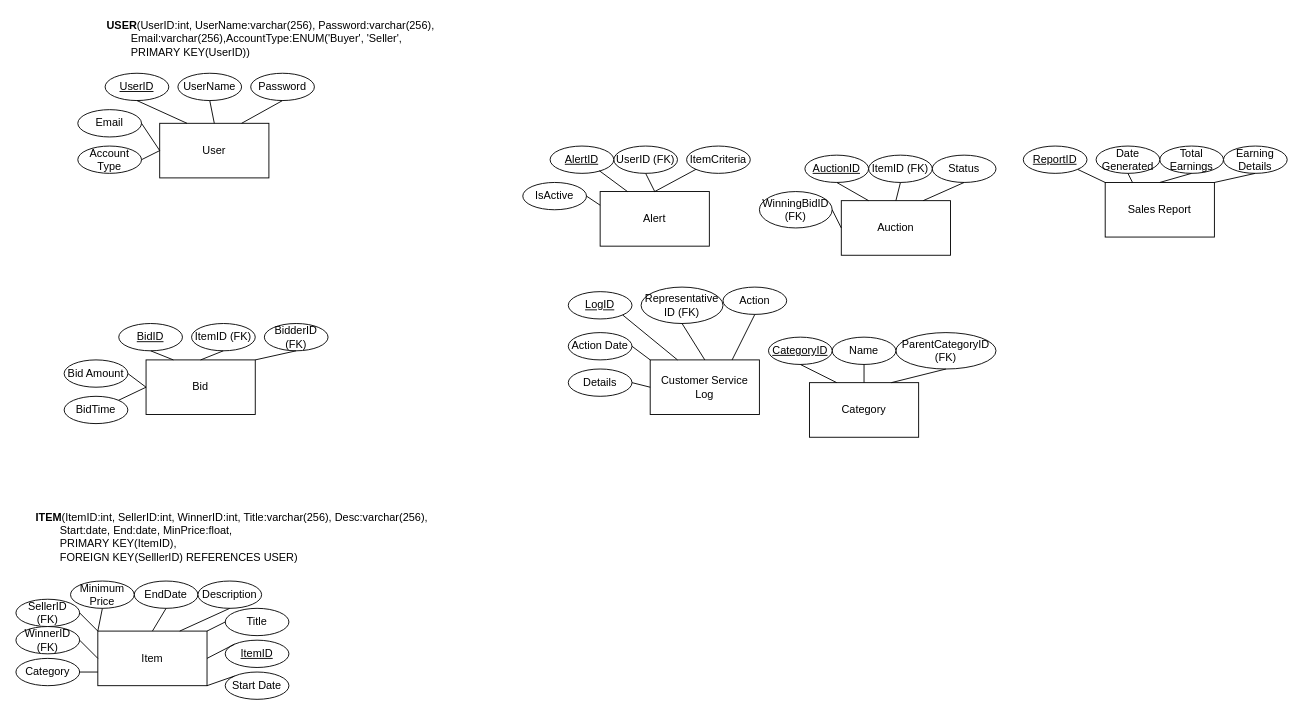
Before: Project1ER.drawio in Swoopi/PrinInfo, a draw.io diagram. Source tidied: cells renumbered, new cells numbered last; positions are measured from the earlier drawing's top-left corner, leaving out a move shared by most shapes. Both pictures are drawn from the tidied source at 91%, with x=0, y=0 at pixel (15, 15).
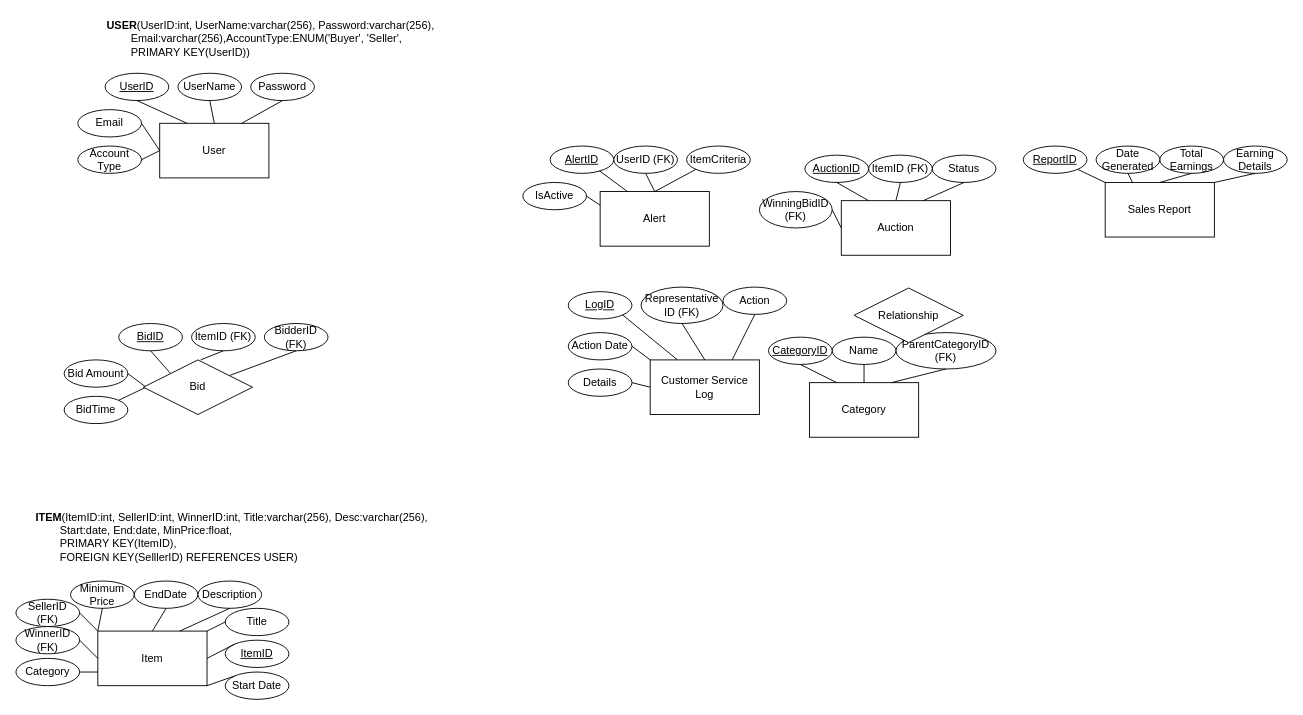
The same page after the edit.

Commit message:
Change bid from entity to relationship

Unchanged cells that the change refers to:
```xml
<mxCell id="10" value="&lt;u&gt;BidID&lt;/u&gt;" style="ellipse;whiteSpace=wrap;html=1;" parent="1" vertex="1">
  <mxGeometry x="113" y="338" width="70" height="30" as="geometry" />
</mxCell>
<mxCell id="12" value="ItemID (FK)" style="ellipse;whiteSpace=wrap;html=1;" parent="1" vertex="1">
  <mxGeometry x="193" y="338" width="70" height="30" as="geometry" />
</mxCell>
<mxCell id="13" value="Bid Amount" style="ellipse;whiteSpace=wrap;html=1;" parent="1" vertex="1">
  <mxGeometry x="53" y="378" width="70" height="30" as="geometry" />
</mxCell>
<mxCell id="14" value="BidderID (FK)" style="ellipse;whiteSpace=wrap;html=1;" parent="1" vertex="1">
  <mxGeometry x="273" y="338" width="70" height="30" as="geometry" />
</mxCell>
<mxCell id="15" value="BidTime" style="ellipse;whiteSpace=wrap;html=1;" parent="1" vertex="1">
  <mxGeometry x="53" y="418" width="70" height="30" as="geometry" />
</mxCell>
```

The edit, as a diff of the source:
```diff
@@
-    <mxCell id="3" value="Bid" style="rounded=0;whiteSpace=wrap;html=1;" parent="1" vertex="1">
-      <mxGeometry x="143" y="378" width="120" height="60" as="geometry" />
-    </mxCell>
@@
-    <mxCell id="32" style="endArrow=none;html=1;rounded=0;entryX=1;entryY=0.5;entryDx=0;entryDy=0;exitX=0;exitY=0.5;exitDx=0;exitDy=0;" parent="1" edge="1" source="3" target="13">
-      <mxGeometry relative="1" as="geometry" />
+    <mxCell id="32" style="endArrow=none;html=1;rounded=0;entryX=1;entryY=0.5;entryDx=0;entryDy=0;exitX=0;exitY=0.5;exitDx=0;exitDy=0;" parent="1" edge="1" target="13">
+      <mxGeometry relative="1" as="geometry">
+        <mxPoint x="143" y="408" as="sourcePoint" />
+      </mxGeometry>
     </mxCell>
-    <mxCell id="33" style="endArrow=none;html=1;rounded=0;entryX=0;entryY=0.5;entryDx=0;entryDy=0;exitX=1;exitY=0;exitDx=0;exitDy=0;" parent="1" edge="1" source="15" target="3">
-      <mxGeometry relative="1" as="geometry" />
+    <mxCell id="33" style="endArrow=none;html=1;rounded=0;entryX=0;entryY=0.5;entryDx=0;entryDy=0;exitX=1;exitY=0;exitDx=0;exitDy=0;" parent="1" edge="1" source="15">
+      <mxGeometry relative="1" as="geometry">
+        <mxPoint x="143" y="408" as="targetPoint" />
+      </mxGeometry>
     </mxCell>
-    <mxCell id="34" style="endArrow=none;html=1;rounded=0;entryX=0.25;entryY=0;entryDx=0;entryDy=0;exitX=0.5;exitY=1;exitDx=0;exitDy=0;" parent="1" edge="1" source="10" target="3">
+    <mxCell id="34" style="endArrow=none;html=1;rounded=0;entryX=0;entryY=0;entryDx=0;entryDy=0;exitX=0.5;exitY=1;exitDx=0;exitDy=0;" parent="1" edge="1" source="10" target="3">
       <mxGeometry relative="1" as="geometry" />
     </mxCell>
-    <mxCell id="35" style="endArrow=none;html=1;rounded=0;entryX=0.5;entryY=0;entryDx=0;entryDy=0;exitX=0.5;exitY=1;exitDx=0;exitDy=0;" parent="1" edge="1" source="12" target="3">
-      <mxGeometry relative="1" as="geometry" />
+    <mxCell id="35" style="endArrow=none;html=1;rounded=0;entryX=0.5;entryY=0;entryDx=0;entryDy=0;exitX=0.5;exitY=1;exitDx=0;exitDy=0;" parent="1" edge="1" source="12">
+      <mxGeometry relative="1" as="geometry">
+        <mxPoint x="203" y="378" as="targetPoint" />
+      </mxGeometry>
     </mxCell>
-    <mxCell id="36" style="endArrow=none;html=1;rounded=0;entryX=1;entryY=0;entryDx=0;entryDy=0;exitX=0.5;exitY=1;exitDx=0;exitDy=0;" parent="1" edge="1" source="14" target="3">
+    <mxCell id="36" style="endArrow=none;html=1;rounded=0;exitX=0.5;exitY=1;exitDx=0;exitDy=0;" parent="1" edge="1" source="14" target="3">
       <mxGeometry relative="1" as="geometry" />
     </mxCell>
@@
+    <mxCell id="91" value="Relationship" style="shape=rhombus;perimeter=rhombusPerimeter;whiteSpace=wrap;html=1;align=center;" parent="1" vertex="1">
+      <mxGeometry x="921" y="299" width="120" height="60" as="geometry" />
+    </mxCell>
+    <mxCell id="3" value="Bid" style="shape=rhombus;perimeter=rhombusPerimeter;whiteSpace=wrap;html=1;align=center;" parent="1" vertex="1">
+      <mxGeometry x="140" y="378" width="120" height="60" as="geometry" />
+    </mxCell>
```
